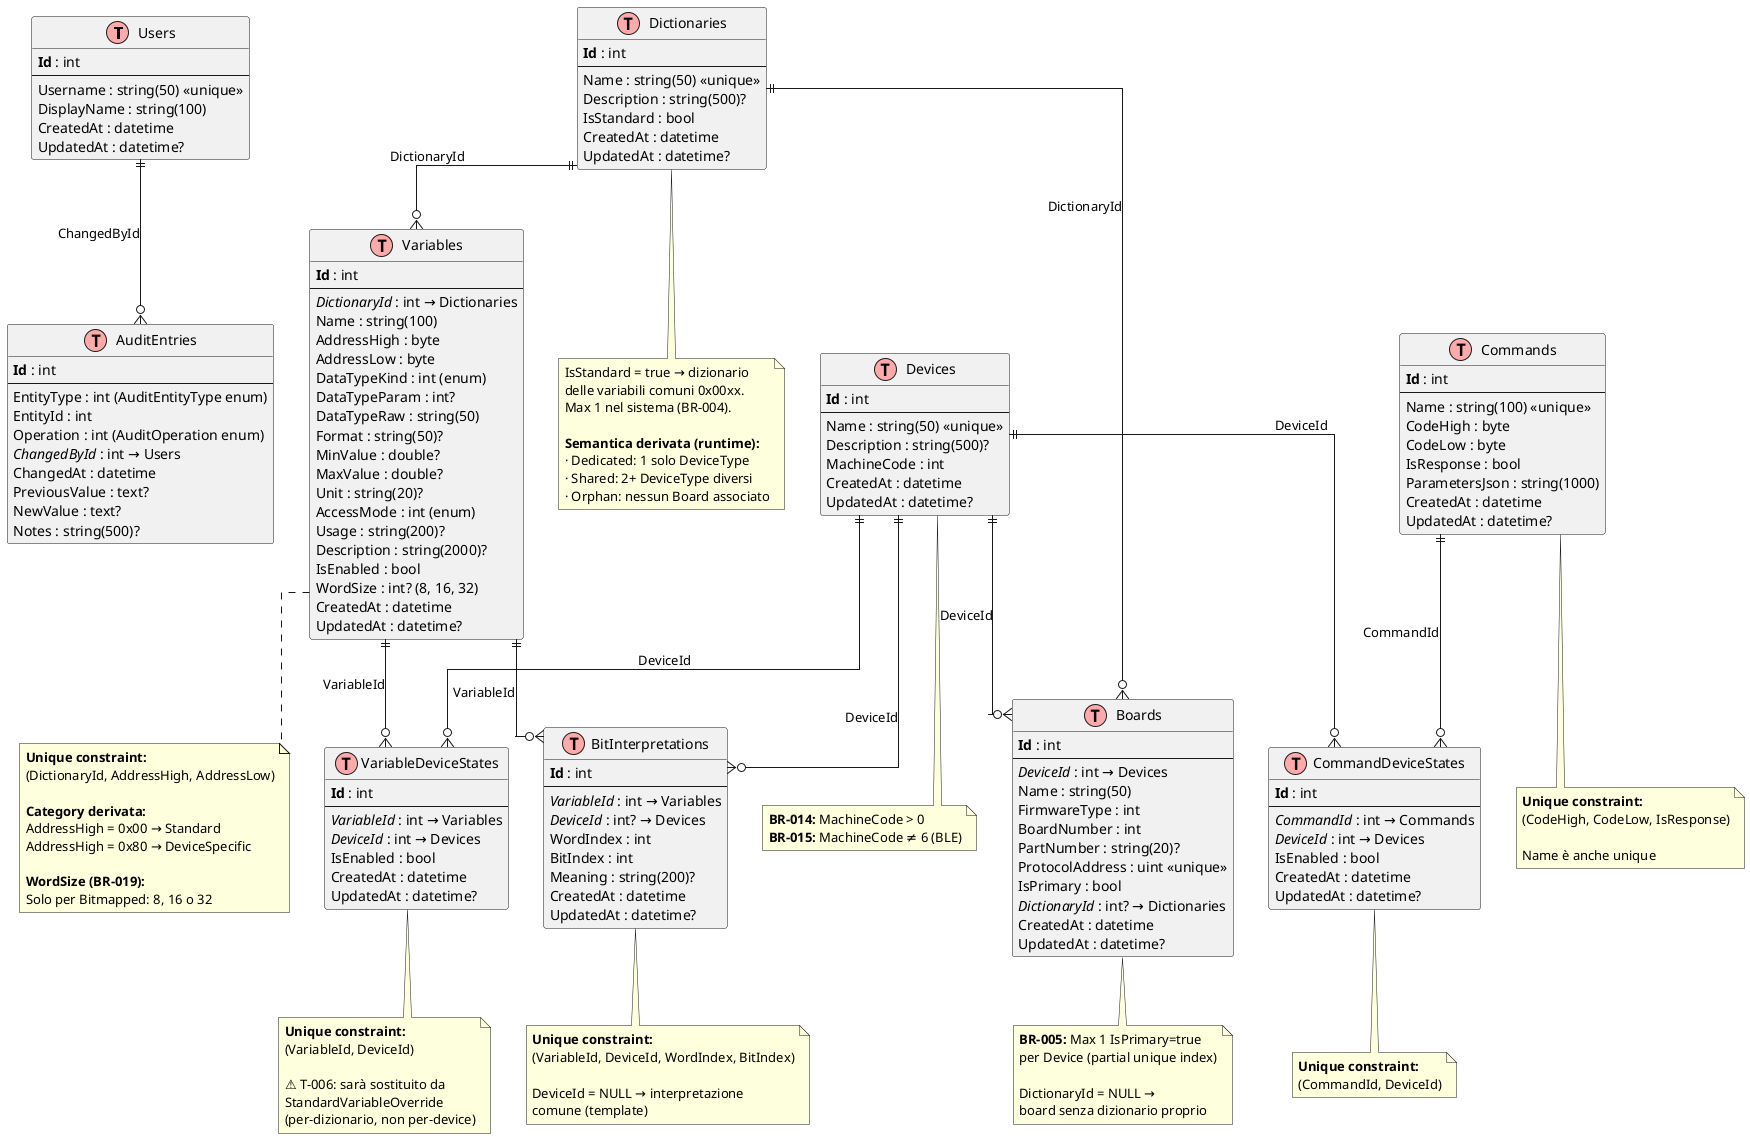
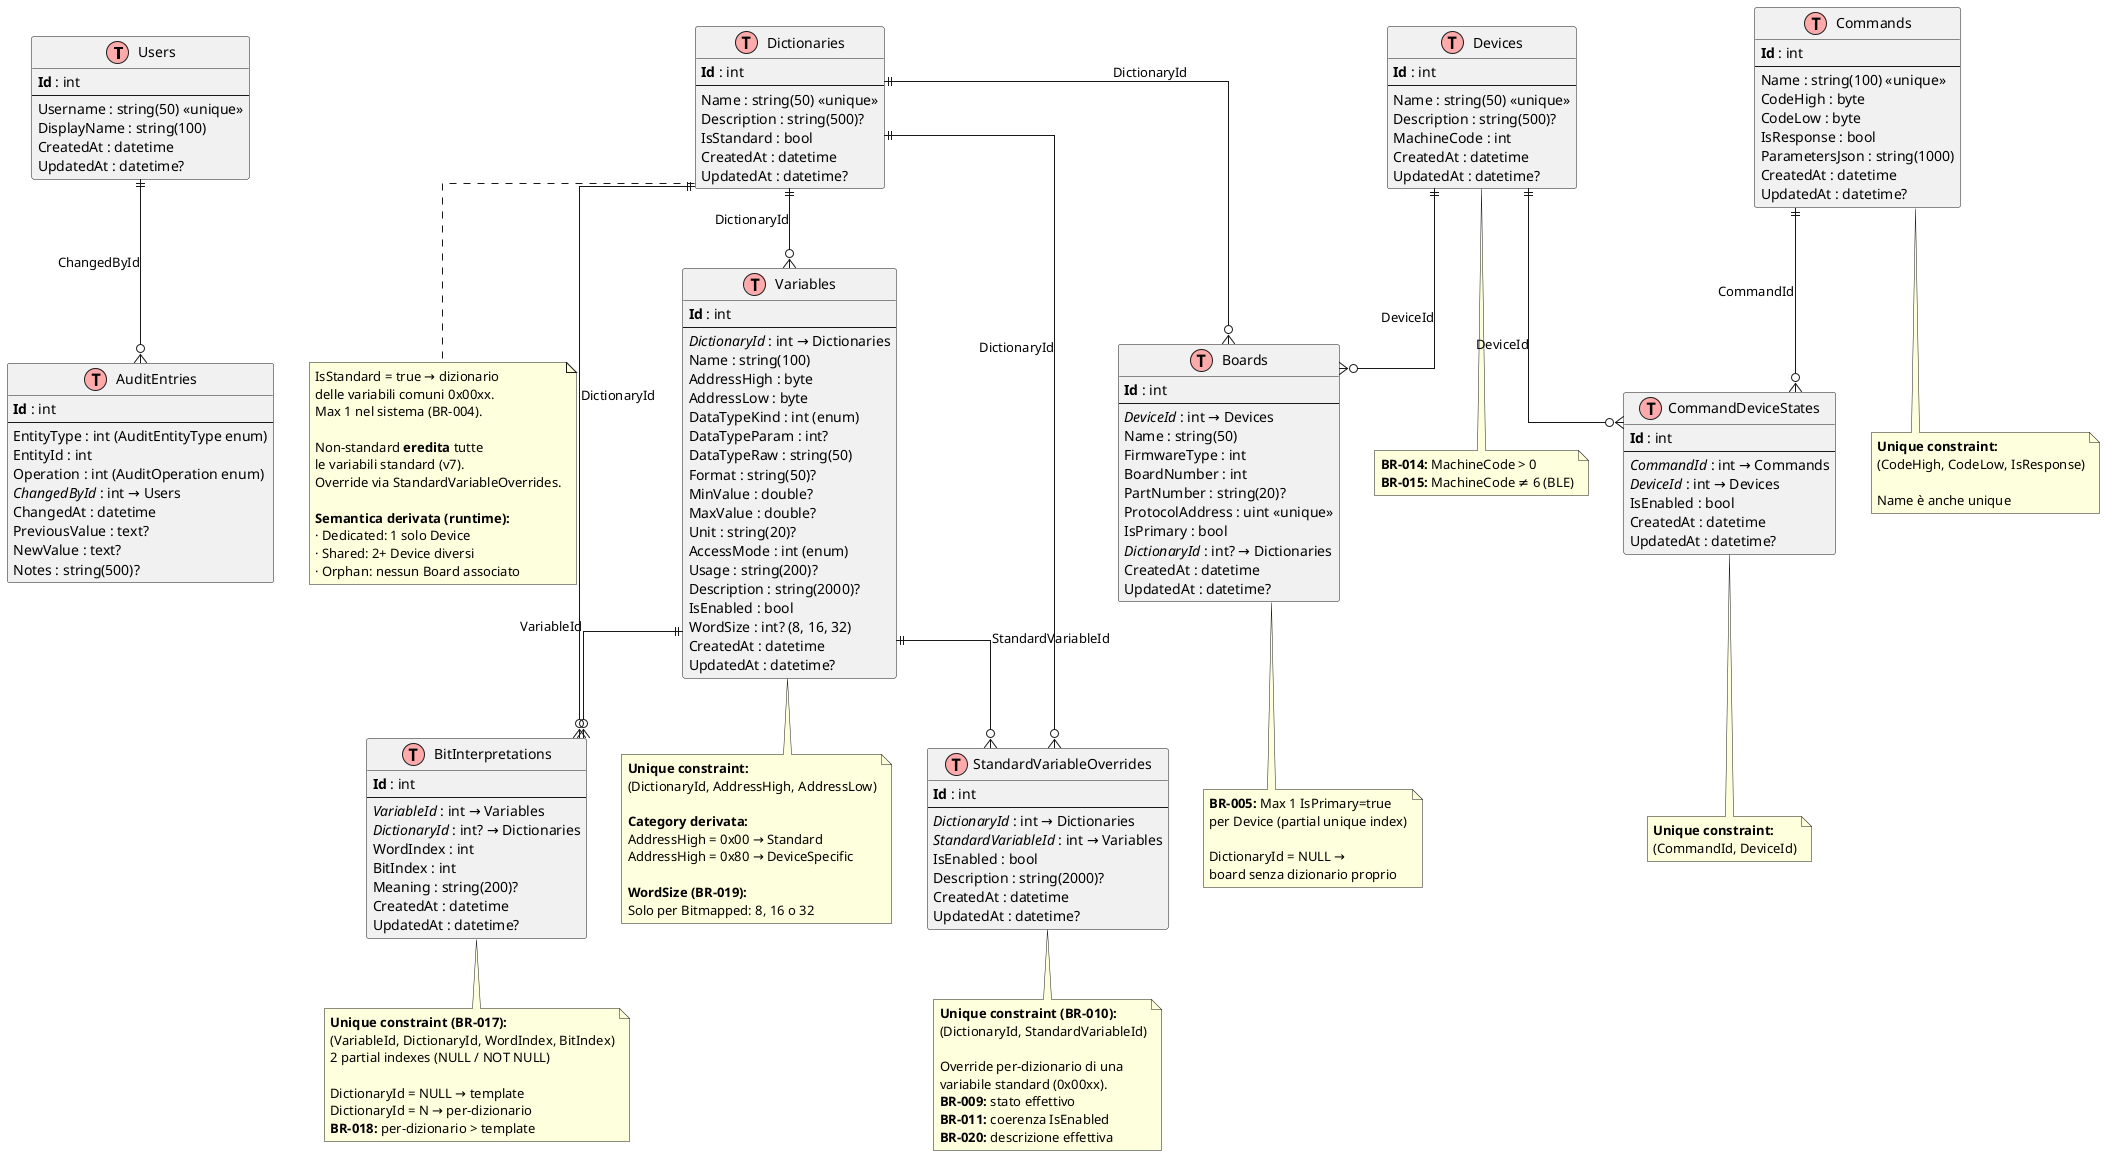
@startuml database-schema
' =============================================================================
- ' Stem.Dictionaries.Manager - Database Schema (Domain v3)
- ' Aggiornato: SESSION_039 (2026-04-03)
- ' Nota: VariableDeviceStates sarà rimosso in T-006 (Domain v7)
+ ' Stem.Dictionaries.Manager - Database Schema (Domain v7)
+ ' Aggiornato: SESSION_040 (2026-04-07)
' =============================================================================

!define TABLE(name) entity name << (T,#FFAAAA) >>
!define PK(field) <b>field</b>
!define FK(field) <i>field</i>

skinparam linetype ortho
skinparam entity {
    BackgroundColor #F5F5F5
    BorderColor #333333
}

' === UTENTI E AUDIT ===

TABLE(Users) {
    PK(Id) : int
    --
    Username : string(50) <<unique>>
    DisplayName : string(100)
    CreatedAt : datetime
    UpdatedAt : datetime?
}

TABLE(AuditEntries) {
    PK(Id) : int
    --
    EntityType : int (AuditEntityType enum)
    EntityId : int
    Operation : int (AuditOperation enum)
    FK(ChangedById) : int → Users
    ChangedAt : datetime
    PreviousValue : text?
    NewValue : text?
    Notes : string(500)?
}

Users ||--o{ AuditEntries : "ChangedById"

' === DISPOSITIVI ===

TABLE(Devices) {
    PK(Id) : int
    --
    Name : string(50) <<unique>>
    Description : string(500)?
    MachineCode : int
    CreatedAt : datetime
    UpdatedAt : datetime?
}

' === SCHEDE ===

TABLE(Boards) {
    PK(Id) : int
    --
    FK(DeviceId) : int → Devices
    Name : string(50)
    FirmwareType : int
    BoardNumber : int
    PartNumber : string(20)?
    ProtocolAddress : uint <<unique>>
    IsPrimary : bool
    FK(DictionaryId) : int? → Dictionaries
    CreatedAt : datetime
    UpdatedAt : datetime?
}

Devices ||--o{ Boards : "DeviceId"

' === DIZIONARI E VARIABILI ===

TABLE(Dictionaries) {
    PK(Id) : int
    --
    Name : string(50) <<unique>>
    Description : string(500)?
    IsStandard : bool
    CreatedAt : datetime
    UpdatedAt : datetime?
}

TABLE(Variables) {
    PK(Id) : int
    --
    FK(DictionaryId) : int → Dictionaries
    Name : string(100)
    AddressHigh : byte
    AddressLow : byte
    DataTypeKind : int (enum)
    DataTypeParam : int?
    DataTypeRaw : string(50)
    Format : string(50)?
    MinValue : double?
    MaxValue : double?
    Unit : string(20)?
    AccessMode : int (enum)
    Usage : string(200)?
    Description : string(2000)?
    IsEnabled : bool
    WordSize : int? (8, 16, 32)
    CreatedAt : datetime
    UpdatedAt : datetime?
}

TABLE(BitInterpretations) {
    PK(Id) : int
    --
    FK(VariableId) : int → Variables
-     FK(DeviceId) : int? → Devices
+     FK(DictionaryId) : int? → Dictionaries
    WordIndex : int
    BitIndex : int
    Meaning : string(200)?
    CreatedAt : datetime
    UpdatedAt : datetime?
}

Dictionaries ||--o{ Variables : "DictionaryId"
Dictionaries ||--o{ Boards : "DictionaryId"
Variables ||--o{ BitInterpretations : "VariableId"
- Devices ||--o{ BitInterpretations : "DeviceId"
+ Dictionaries ||--o{ BitInterpretations : "DictionaryId"

' === COMANDI ===

TABLE(Commands) {
    PK(Id) : int
    --
    Name : string(100) <<unique>>
    CodeHigh : byte
    CodeLow : byte
    IsResponse : bool
    ParametersJson : string(1000)
    CreatedAt : datetime
    UpdatedAt : datetime?
}

TABLE(CommandDeviceStates) {
    PK(Id) : int
    --
    FK(CommandId) : int → Commands
    FK(DeviceId) : int → Devices
    IsEnabled : bool
    CreatedAt : datetime
    UpdatedAt : datetime?
}

Commands ||--o{ CommandDeviceStates : "CommandId"
Devices ||--o{ CommandDeviceStates : "DeviceId"

- ' === OVERRIDE VARIABILI PER DEVICE ===
- ' ⚠️ Da rimuovere in T-006 → StandardVariableOverride (per-dizionario)
- 
- TABLE(VariableDeviceStates) {
-     PK(Id) : int
-     --
-     FK(VariableId) : int → Variables
-     FK(DeviceId) : int → Devices
+ ' === OVERRIDE VARIABILI STANDARD PER-DIZIONARIO (v7) ===
+ 
+ TABLE(StandardVariableOverrides) {
+     PK(Id) : int
+     --
+     FK(DictionaryId) : int → Dictionaries
+     FK(StandardVariableId) : int → Variables
    IsEnabled : bool
-     CreatedAt : datetime
-     UpdatedAt : datetime?
- }
- 
- Variables ||--o{ VariableDeviceStates : "VariableId"
- Devices ||--o{ VariableDeviceStates : "DeviceId"
+     Description : string(2000)?
+     CreatedAt : datetime
+     UpdatedAt : datetime?
+ }
+ 
+ Dictionaries ||--o{ StandardVariableOverrides : "DictionaryId"
+ Variables ||--o{ StandardVariableOverrides : "StandardVariableId"

' === NOTE ===

note bottom of Variables
  **Unique constraint:**
  (DictionaryId, AddressHigh, AddressLow)

  **Category derivata:**
  AddressHigh = 0x00 → Standard
  AddressHigh = 0x80 → DeviceSpecific

  **WordSize (BR-019):**
  Solo per Bitmapped: 8, 16 o 32
end note

note bottom of BitInterpretations
-   **Unique constraint:**
-   (VariableId, DeviceId, WordIndex, BitIndex)
- 
-   DeviceId = NULL → interpretazione
-   comune (template)
+   **Unique constraint (BR-017):**
+   (VariableId, DictionaryId, WordIndex, BitIndex)
+   2 partial indexes (NULL / NOT NULL)
+ 
+   DictionaryId = NULL → template
+   DictionaryId = N → per-dizionario
+   **BR-018:** per-dizionario > template
end note

note bottom of Commands
  **Unique constraint:**
  (CodeHigh, CodeLow, IsResponse)

  Name è anche unique
end note

note bottom of CommandDeviceStates
  **Unique constraint:**
  (CommandId, DeviceId)
end note

- note bottom of VariableDeviceStates
-   **Unique constraint:**
-   (VariableId, DeviceId)
- 
-   ⚠️ T-006: sarà sostituito da
-   StandardVariableOverride
-   (per-dizionario, non per-device)
+ note bottom of StandardVariableOverrides
+   **Unique constraint (BR-010):**
+   (DictionaryId, StandardVariableId)
+ 
+   Override per-dizionario di una
+   variabile standard (0x00xx).
+   **BR-009:** stato effettivo
+   **BR-011:** coerenza IsEnabled
+   **BR-020:** descrizione effettiva
end note

note bottom of Dictionaries
  IsStandard = true → dizionario
  delle variabili comuni 0x00xx.
  Max 1 nel sistema (BR-004).

+   Non-standard **eredita** tutte
+   le variabili standard (v7).
+   Override via StandardVariableOverrides.
+ 
  **Semantica derivata (runtime):**
-   · Dedicated: 1 solo DeviceType
-   · Shared: 2+ DeviceType diversi
+   · Dedicated: 1 solo Device
+   · Shared: 2+ Device diversi
  · Orphan: nessun Board associato
end note

note bottom of Boards
  **BR-005:** Max 1 IsPrimary=true
  per Device (partial unique index)

  DictionaryId = NULL →
  board senza dizionario proprio
end note

note bottom of Devices
  **BR-014:** MachineCode > 0
  **BR-015:** MachineCode ≠ 6 (BLE)
end note

@enduml
